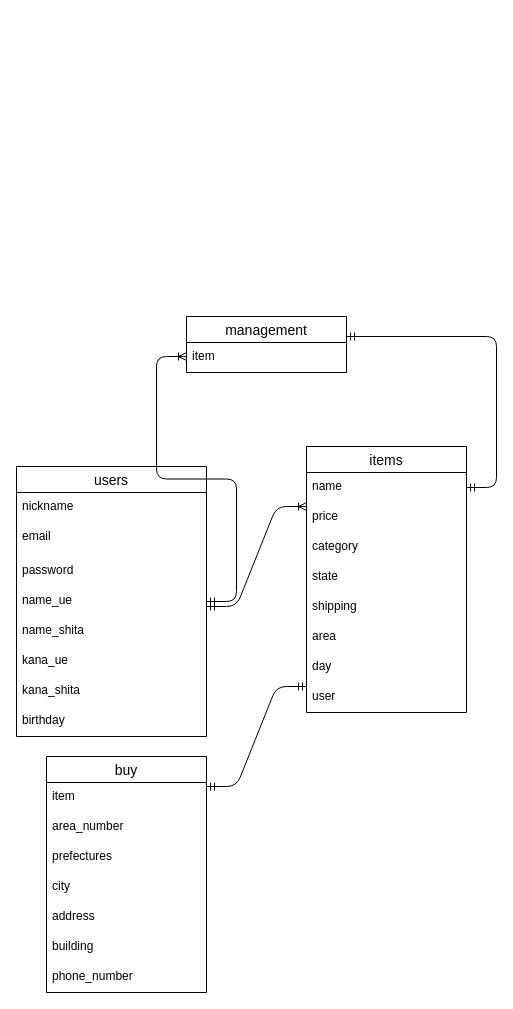
Above: de.dio in yamashirory/furima-31574 (draw.io), before the change. Source tidied: cells renumbered, new cells numbered last; positions are measured from the earlier drawing's top-left corner, leaving out a move shared by most shapes. Both pictures are drawn from the tidied source at 100%, with x=0, y=0 at pixel (16, 316).
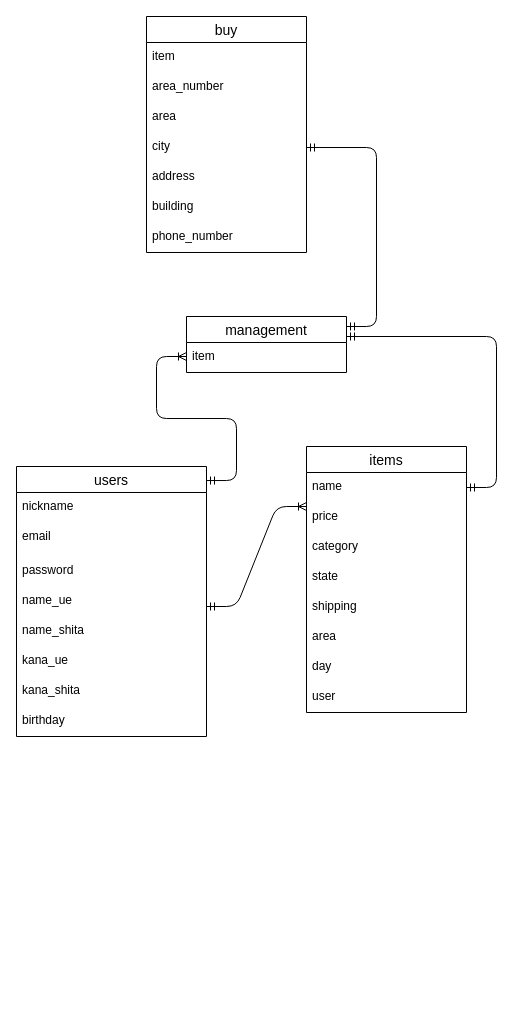
Above is the later version.

Unchanged cells that the change refers to:
```xml
<mxCell id="2" value="users" style="swimlane;fontStyle=0;horizontal=1;startSize=26;align=center;fontSize=14;" parent="1" vertex="1">
  <mxGeometry y="150" width="190" height="270" as="geometry" />
</mxCell>
<mxCell id="26" value="city" style="text;strokeColor=none;fillColor=none;spacingLeft=4;spacingRight=4;overflow=hidden;points=[[0,0.5],[1,0.5]];portConstraint=eastwest;fontSize=12;" parent="22" vertex="1">
  <mxGeometry y="116" width="160" height="30" as="geometry" />
</mxCell>
```

Diff of the diagram source:
```diff
@@
     <mxCell id="22" value="buy" style="swimlane;fontStyle=0;horizontal=1;startSize=26;align=center;fontSize=14;" parent="1" vertex="1">
-      <mxGeometry x="30" y="440" width="160" height="236" as="geometry" />
+      <mxGeometry x="130" y="-300" width="160" height="236" as="geometry" />
     </mxCell>
@@
-    <mxCell id="25" value="prefectures" style="text;strokeColor=none;fillColor=none;spacingLeft=4;spacingRight=4;overflow=hidden;fontSize=12;" parent="22" vertex="1">
+    <mxCell id="25" value="area" style="text;strokeColor=none;fillColor=none;spacingLeft=4;spacingRight=4;overflow=hidden;fontSize=12;" parent="22" vertex="1">
       <mxGeometry y="86" width="160" height="30" as="geometry" />
     </mxCell>
@@
-    <mxCell id="30" style="edgeStyle=entityRelationEdgeStyle;fontSize=12;html=1;endArrow=ERmandOne;startArrow=ERmandOne;" parent="1" edge="1">
-      <mxGeometry relative="1" as="geometry">
-        <mxPoint x="190" y="470" as="sourcePoint" />
-        <mxPoint x="290" y="370" as="targetPoint" />
-      </mxGeometry>
-    </mxCell>
@@
-    <mxCell id="33" style="edgeStyle=entityRelationEdgeStyle;fontSize=12;html=1;endArrow=ERoneToMany;startArrow=ERmandOne;" parent="1" edge="1" source="2">
+    <mxCell id="33" style="edgeStyle=entityRelationEdgeStyle;fontSize=12;html=1;endArrow=ERoneToMany;startArrow=ERmandOne;exitX=1;exitY=0.052;exitDx=0;exitDy=0;exitPerimeter=0;" parent="1" edge="1" source="2">
       <mxGeometry relative="1" as="geometry">
         <mxPoint x="170" y="40" as="targetPoint" />
       </mxGeometry>
     </mxCell>
+    <mxCell id="34" style="edgeStyle=entityRelationEdgeStyle;fontSize=12;html=1;endArrow=ERmandOne;startArrow=ERmandOne;entryX=1;entryY=0.5;entryDx=0;entryDy=0;" parent="1" edge="1" target="26">
+      <mxGeometry relative="1" as="geometry">
+        <mxPoint x="330" y="10" as="sourcePoint" />
+      </mxGeometry>
+    </mxCell>
```
